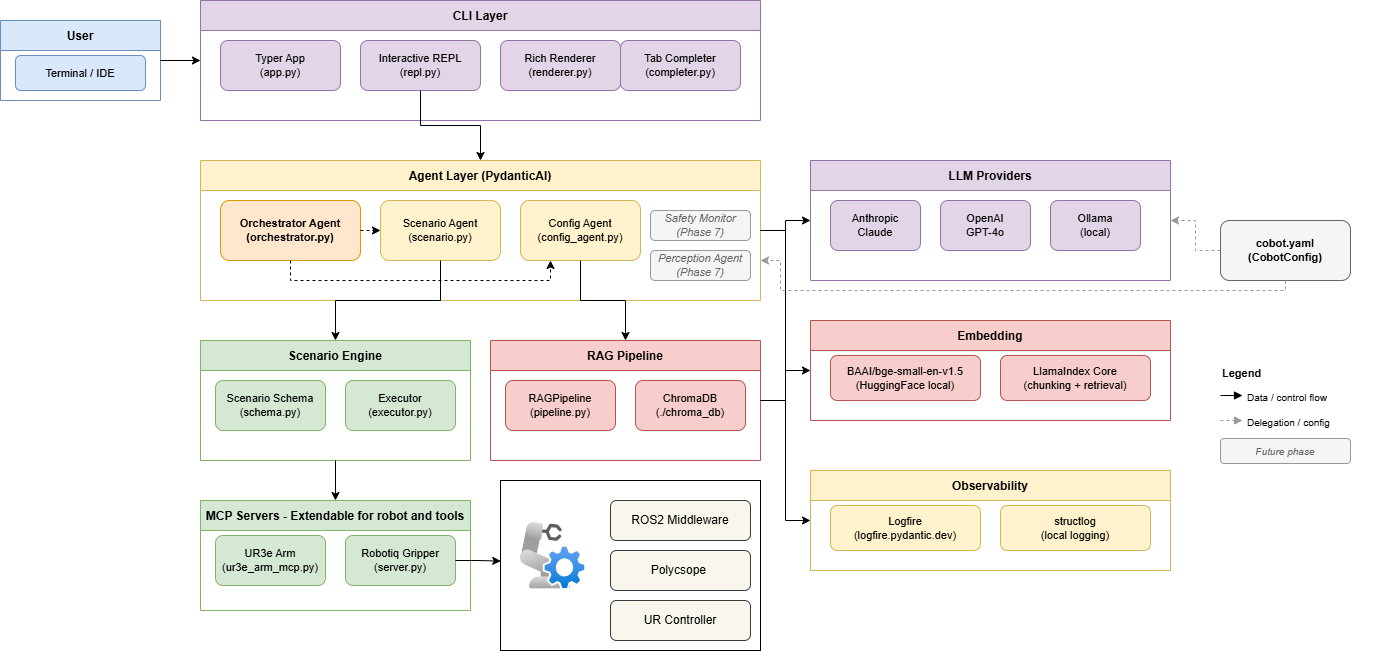
The draw.io diagram docs/cobot-claw-architecture.png in nimbus-gateway/cobot-claw, before a commit. Source tidied: cells renumbered, new cells last; positions are measured from the earlier drawing's top-left corner, leaving out a move shared by most shapes.
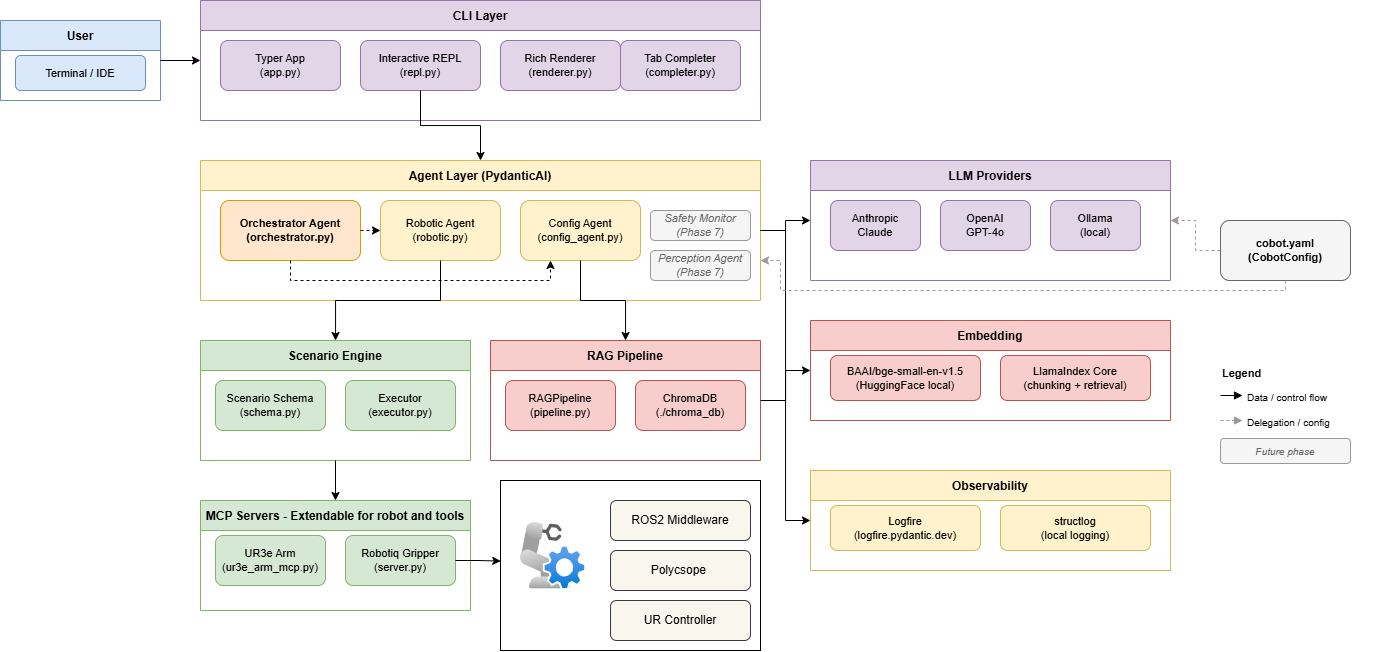
Later version of the same file.

The edit, as a diff of the source:
```diff
@@ -32,7 +32,7 @@
     <mxCell id="11" value="Orchestrator Agent&#10;(orchestrator.py)" style="rounded=1;whiteSpace=wrap;html=1;fillColor=#ffe6cc;strokeColor=#d79b00;fontSize=11;fontStyle=1;" parent="10" vertex="1">
       <mxGeometry x="20" y="40" width="140" height="60" as="geometry" />
     </mxCell>
-    <mxCell id="12" value="Scenario Agent&#10;(scenario.py)" style="rounded=1;whiteSpace=wrap;html=1;fillColor=#fff2cc;strokeColor=#d6b656;fontSize=11;" parent="10" vertex="1">
+    <mxCell id="12" value="Robotic Agent&lt;br&gt;(robotic.py)" style="rounded=1;whiteSpace=wrap;html=1;fillColor=#fff2cc;strokeColor=#d6b656;fontSize=11;" parent="10" vertex="1">
       <mxGeometry x="180" y="40" width="120" height="60" as="geometry" />
     </mxCell>
     <mxCell id="13" value="Config Agent&#10;(config_agent.py)" style="rounded=1;whiteSpace=wrap;html=1;fillColor=#fff2cc;strokeColor=#d6b656;fontSize=11;" parent="10" vertex="1">
```
